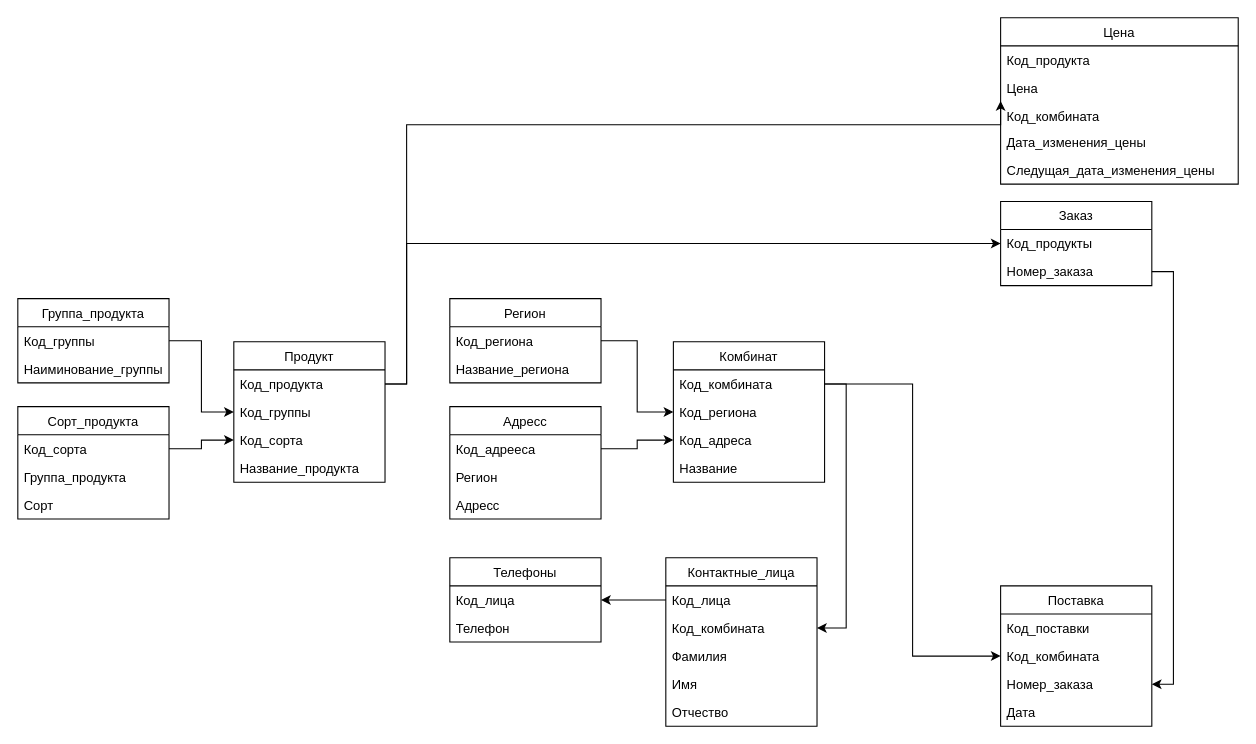
This is Untitled Diagram.drawio from dariga5/Astanin.Teaching_Practice, a draw.io file, before an edit. Source tidied: cells renumbered, new cells numbered last; positions are measured from the earlier drawing's top-left corner, leaving out a move shared by most shapes. Both pictures are drawn from the tidied source at 108%, with x=0, y=0 at pixel (17, 17).
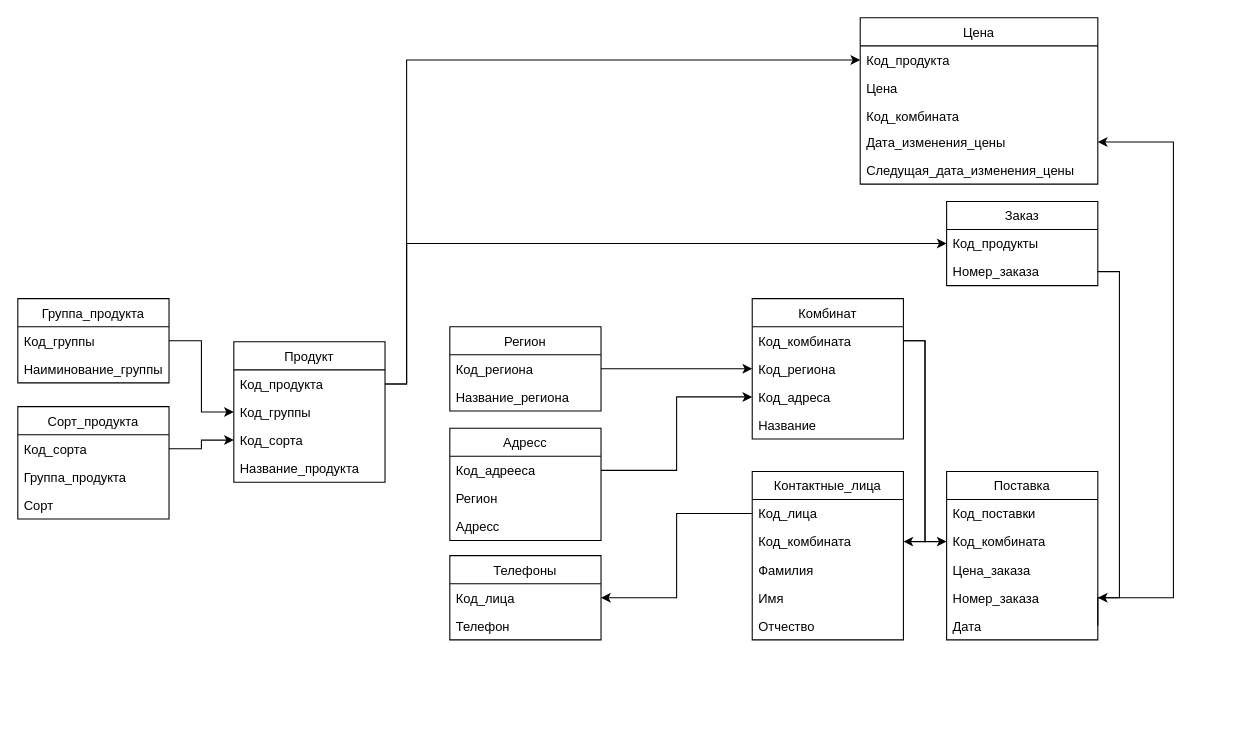
After the change.

The change refers to these unchanged cells:
```xml
<mxCell id="10" value="Код_продукта" style="text;strokeColor=none;fillColor=none;align=left;verticalAlign=top;spacingLeft=4;spacingRight=4;overflow=hidden;points=[[0,0.5],[1,0.5]];portConstraint=eastwest;" parent="9" vertex="1">
  <mxGeometry y="26" width="140" height="26" as="geometry" />
</mxCell>
<mxCell id="44" value="Код_продукта" style="text;strokeColor=none;fillColor=none;align=left;verticalAlign=top;spacingLeft=4;spacingRight=4;overflow=hidden;points=[[0,0.5],[1,0.5]];portConstraint=eastwest;" parent="43" vertex="1">
  <mxGeometry y="26" width="220" height="26" as="geometry" />
</mxCell>
<mxCell id="47" value="Дата_изменения_цены" style="text;strokeColor=none;fillColor=none;align=left;verticalAlign=top;spacingLeft=4;spacingRight=4;overflow=hidden;points=[[0,0.5],[1,0.5]];portConstraint=eastwest;" parent="43" vertex="1">
  <mxGeometry y="102" width="220" height="26" as="geometry" />
</mxCell>
```

Diff of the diagram source:
```diff
@@
     <mxCell id="14" value="Регион" style="swimlane;fontStyle=0;horizontal=1;startSize=26;fillColor=none;" parent="1" vertex="1">
-      <mxGeometry x="400" y="260" width="140" height="78" as="geometry" />
+      <mxGeometry x="400" y="286" width="140" height="78" as="geometry" />
     </mxCell>
@@
     <mxCell id="17" value="Адресс" style="swimlane;fontStyle=0;horizontal=1;startSize=26;fillColor=none;" parent="1" vertex="1">
-      <mxGeometry x="400" y="360" width="140" height="104" as="geometry" />
+      <mxGeometry x="400" y="380" width="140" height="104" as="geometry" />
     </mxCell>
@@
     <mxCell id="21" value="Комбинат" style="swimlane;fontStyle=0;horizontal=1;startSize=26;fillColor=none;" parent="1" vertex="1">
-      <mxGeometry x="607" y="300" width="140" height="130" as="geometry" />
+      <mxGeometry x="680" y="260" width="140" height="130" as="geometry" />
     </mxCell>
@@
     <mxCell id="26" value="Контактные_лица" style="swimlane;fontStyle=0;horizontal=1;startSize=26;fillColor=none;" parent="1" vertex="1">
-      <mxGeometry x="600" y="500" width="140" height="156" as="geometry" />
+      <mxGeometry x="680" y="420" width="140" height="156" as="geometry" />
     </mxCell>
@@
     <mxCell id="32" value="Телефоны" style="swimlane;fontStyle=0;horizontal=1;startSize=26;fillColor=none;" parent="1" vertex="1">
-      <mxGeometry x="400" y="500" width="140" height="78" as="geometry" />
+      <mxGeometry x="400" y="498" width="140" height="78" as="geometry" />
     </mxCell>
@@
     <mxCell id="35" value="Заказ" style="swimlane;fontStyle=0;horizontal=1;startSize=26;fillColor=none;" parent="1" vertex="1">
-      <mxGeometry x="910" y="170" width="140" height="78" as="geometry" />
+      <mxGeometry x="860" y="170" width="140" height="78" as="geometry" />
     </mxCell>
@@
     <mxCell id="38" value="Поставка" style="swimlane;fontStyle=0;horizontal=1;startSize=26;fillColor=none;" parent="1" vertex="1">
-      <mxGeometry x="910" y="526" width="140" height="130" as="geometry" />
+      <mxGeometry x="860" y="420" width="140" height="156" as="geometry" />
     </mxCell>
@@
+    <mxCell id="59" value="Цена_заказа" style="text;strokeColor=none;fillColor=none;align=left;verticalAlign=top;spacingLeft=4;spacingRight=4;overflow=hidden;" parent="38" vertex="1">
+      <mxGeometry y="78" width="140" height="26" as="geometry" />
+    </mxCell>
     <mxCell id="41" value="Номер_заказа" style="text;strokeColor=none;fillColor=none;align=left;verticalAlign=top;spacingLeft=4;spacingRight=4;overflow=hidden;points=[[0,0.5],[1,0.5]];portConstraint=eastwest;" parent="38" vertex="1">
-      <mxGeometry y="78" width="140" height="26" as="geometry" />
+      <mxGeometry y="104" width="140" height="26" as="geometry" />
     </mxCell>
     <mxCell id="42" value="Дата" style="text;strokeColor=none;fillColor=none;align=left;verticalAlign=top;spacingLeft=4;spacingRight=4;overflow=hidden;points=[[0,0.5],[1,0.5]];portConstraint=eastwest;" parent="38" vertex="1">
-      <mxGeometry y="104" width="140" height="26" as="geometry" />
+      <mxGeometry y="130" width="140" height="26" as="geometry" />
     </mxCell>
     <mxCell id="43" value="Цена" style="swimlane;fontStyle=0;horizontal=1;startSize=26;fillColor=none;" parent="1" vertex="1">
-      <mxGeometry x="910" width="220" height="154" as="geometry" />
+      <mxGeometry x="780" width="220" height="154" as="geometry" />
     </mxCell>
@@
-    <mxCell id="57" style="edgeStyle=orthogonalEdgeStyle;rounded=0;jettySize=auto;html=1;exitX=1;exitY=0.5;exitDx=0;exitDy=0;entryX=0;entryY=0.5;entryDx=0;entryDy=0;" parent="1" edge="1" source="10" target="43">
-      <mxGeometry relative="1" as="geometry">
-        <Array as="points">
-          <mxPoint x="360" y="339" />
-          <mxPoint x="360" y="99" />
-        </Array>
-      </mxGeometry>
-    </mxCell>
@@
+    <mxCell id="60" style="edgeStyle=orthogonalEdgeStyle;rounded=0;jettySize=auto;html=1;exitX=1;exitY=0.5;exitDx=0;exitDy=0;entryX=0;entryY=0.5;entryDx=0;entryDy=0;" parent="1" edge="1" source="10" target="44">
+      <mxGeometry relative="1" as="geometry">
+        <Array as="points">
+          <mxPoint x="360" y="339" />
+          <mxPoint x="360" y="39" />
+        </Array>
+      </mxGeometry>
+    </mxCell>
+    <mxCell id="61" style="edgeStyle=orthogonalEdgeStyle;rounded=0;jettySize=auto;html=1;exitX=1;exitY=0.5;exitDx=0;exitDy=0;" parent="1" edge="1" source="42" target="47">
+      <mxGeometry relative="1" as="geometry">
+        <Array as="points">
+          <mxPoint x="1070" y="537" />
+          <mxPoint x="1070" y="115" />
+        </Array>
+      </mxGeometry>
+    </mxCell>
```
